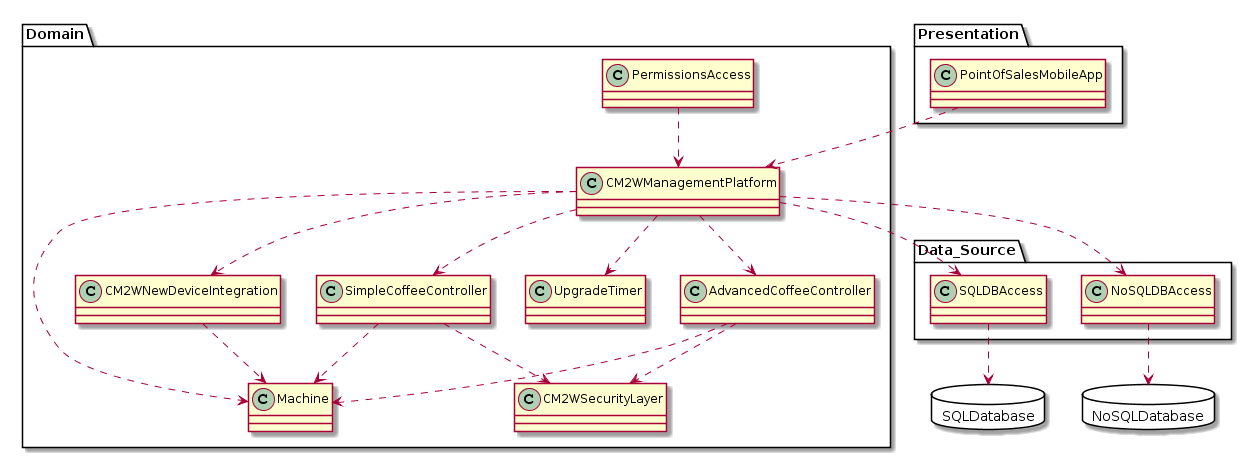
dgruninger97/Project keeps this PlantUML diagram as docs/images/InitialDomainModel.png. Above is the earlier version.
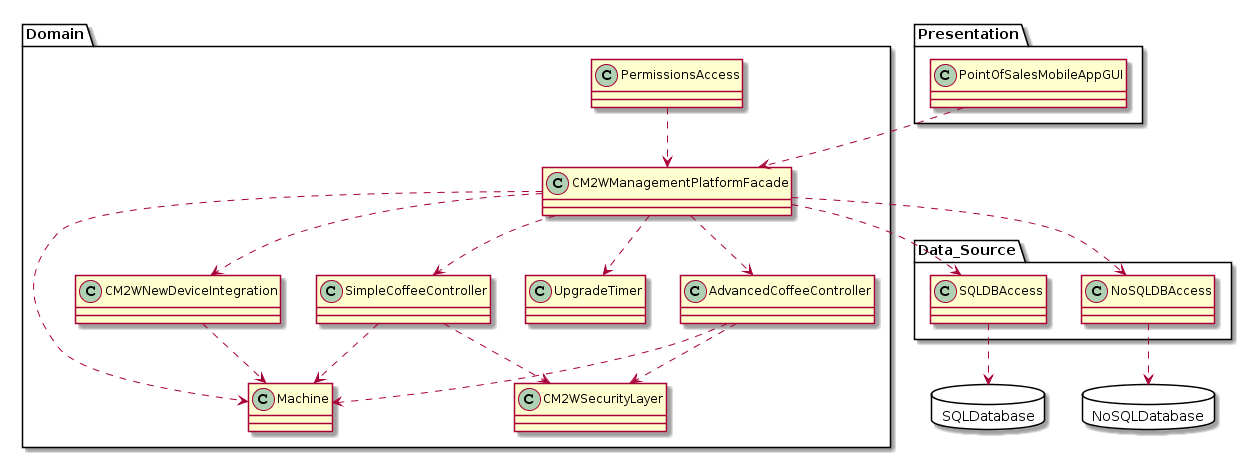
Later version of the same file.

Diff of the diagram source:
```diff
@@ -1,7 +1,7 @@
 @startuml
-class Presentation.PointOfSalesMobileApp{
+class Presentation.PointOfSalesMobileAppGUI{
 }
-class Domain.CM2WManagementPlatform{
+class Domain.CM2WManagementPlatformFacade{
 
 }
 class Domain.Machine{
@@ -28,20 +28,20 @@
 }
 package NoSQLDatabase <<Database>>{
 }
-Presentation.PointOfSalesMobileApp ..> Domain.CM2WManagementPlatform
-Domain.CM2WManagementPlatform ..> Data_Source.SQLDBAccess
+Presentation.PointOfSalesMobileAppGUI ..> Domain.CM2WManagementPlatformFacade
+Domain.CM2WManagementPlatformFacade..> Data_Source.SQLDBAccess
 Domain.SimpleCoffeeController ..> Domain.CM2WSecurityLayer
 Domain.AdvancedCoffeeController ..> Domain.CM2WSecurityLayer
-Domain.CM2WManagementPlatform ..> Data_Source.NoSQLDBAccess
-Domain.CM2WManagementPlatform ..> Domain.UpgradeTimer
-Domain.CM2WManagementPlatform ..> Domain.CM2WNewDeviceIntegration
-Domain.CM2WManagementPlatform ..> Domain.SimpleCoffeeController
-Domain.CM2WManagementPlatform ..> Domain.AdvancedCoffeeController
-Domain.PermissionsAccess ..> Domain.CM2WManagementPlatform
-Domain.CM2WManagementPlatform ..> Domain.Machine
+Domain.CM2WManagementPlatformFacade..> Data_Source.NoSQLDBAccess
+Domain.CM2WManagementPlatformFacade..> Domain.UpgradeTimer
+Domain.CM2WManagementPlatformFacade..> Domain.CM2WNewDeviceIntegration
+Domain.CM2WManagementPlatformFacade..> Domain.SimpleCoffeeController
+Domain.CM2WManagementPlatformFacade..> Domain.AdvancedCoffeeController
+Domain.PermissionsAccess ..> Domain.CM2WManagementPlatformFacade
+Domain.CM2WManagementPlatformFacade..> Domain.Machine
 Domain.SimpleCoffeeController ..> Domain.Machine
 Domain.AdvancedCoffeeController ..> Domain.Machine
 Domain.CM2WNewDeviceIntegration ..> Domain.Machine
+Data_Source.NoSQLDBAccess ..> NoSQLDatabase
 Data_Source.SQLDBAccess ..> SQLDatabase
-Data_Source.NoSQLDBAccess ..> NoSQLDatabase
 @enduml
```
